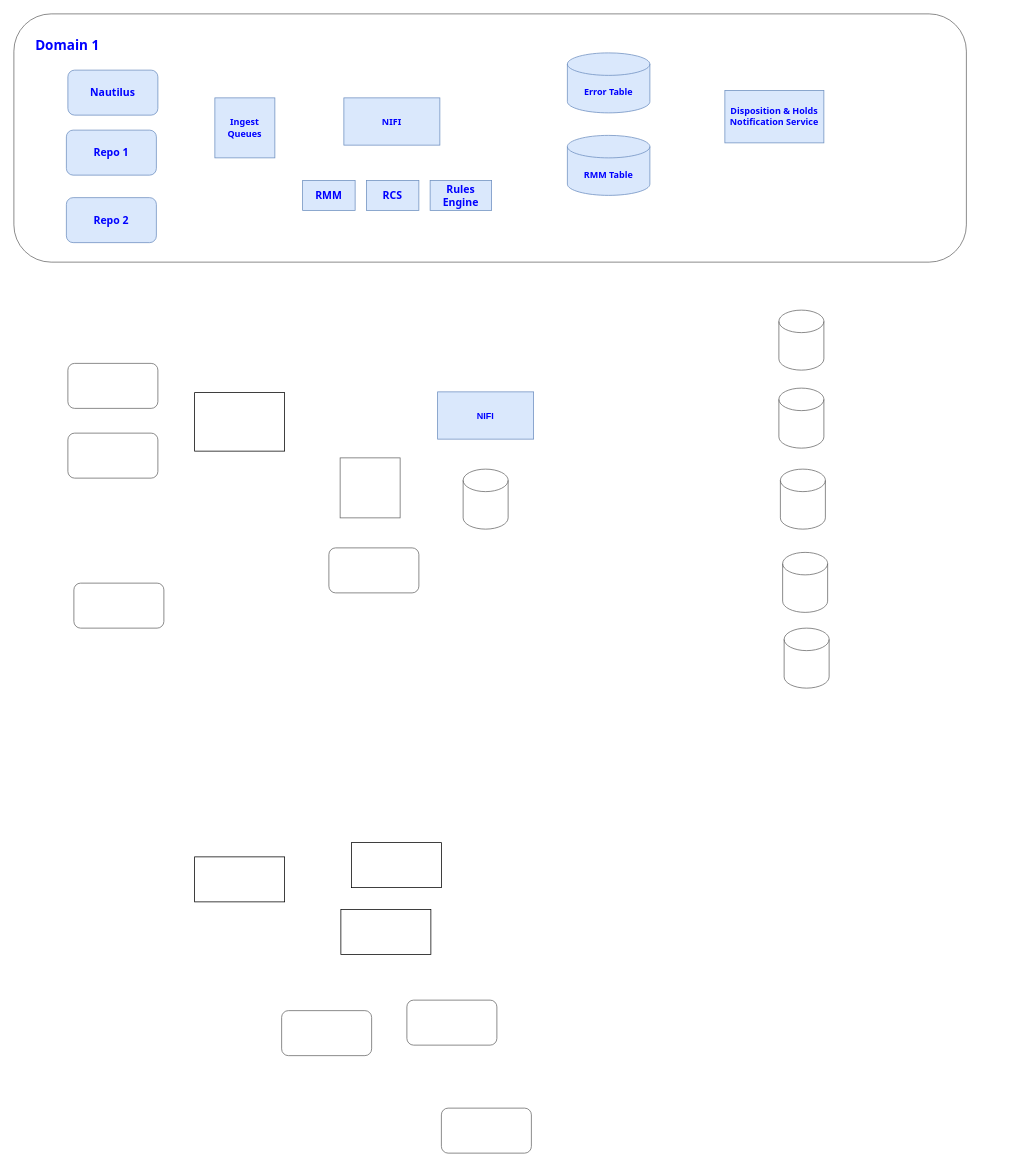
Before: page "Page-2" (2 of 2) of Drawings/Untitled Diagram.drawio in flare891/rmslow, a draw.io diagram. Source tidied: cells renumbered, new cells numbered last; positions are measured from the earlier drawing's top-left corner, leaving out a move shared by most shapes. Both pictures are drawn from the tidied source at 75%, with x=0, y=0 at pixel (14, 14).
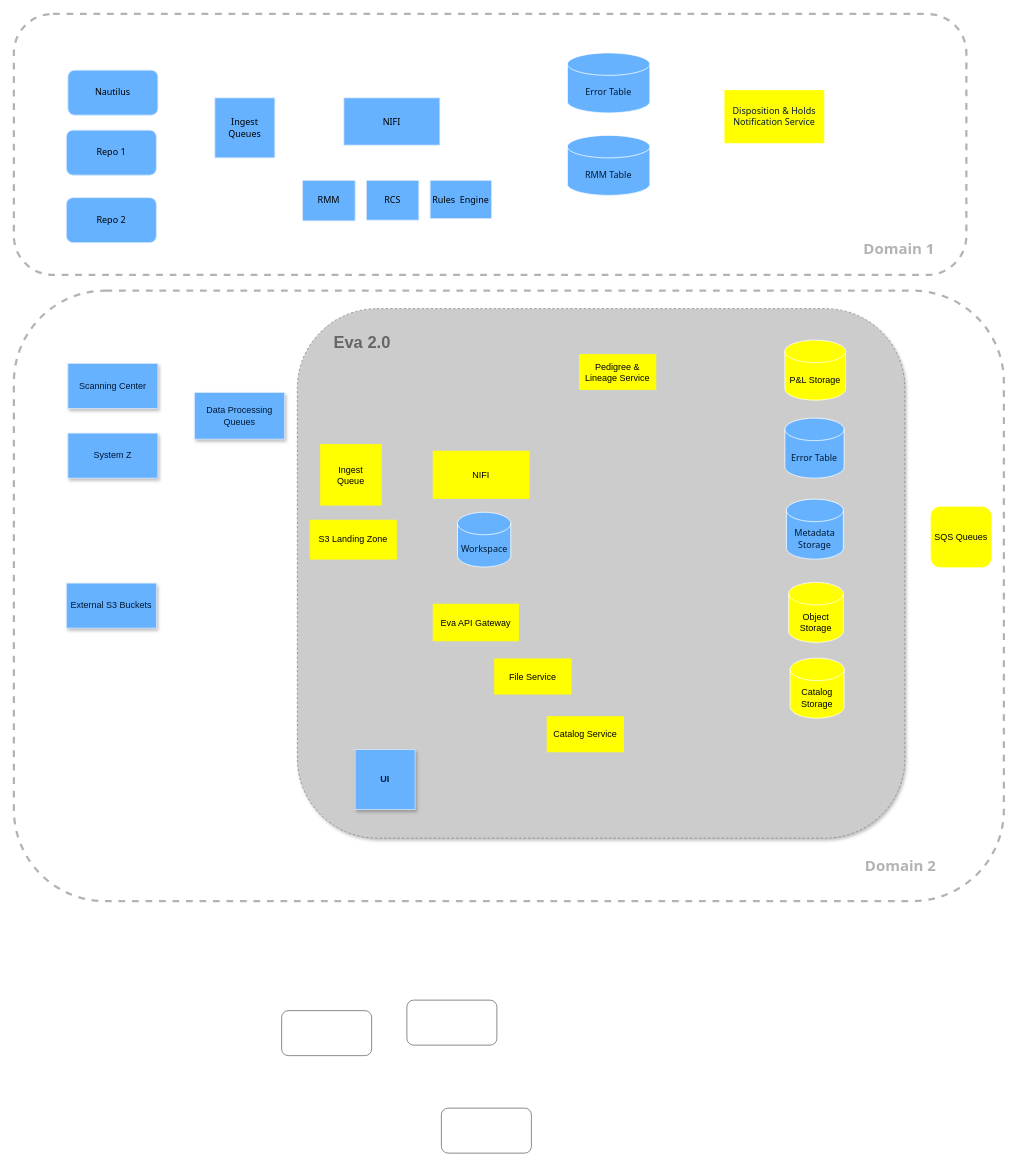
The same page after the edit.

The edit, as a diff of the source:
```diff
@@
+    <mxCell id="34" style="rounded=1;whiteSpace=wrap;html=1;fontFamily=Helvetica;fontSize=12;strokeColor=#B3B3B3;dashed=1;strokeWidth=3;fontColor=#001933;" parent="1" vertex="1">
+      <mxGeometry y="369" width="1320" height="814" as="geometry" />
+    </mxCell>
+    <mxCell id="35" style="rounded=1;whiteSpace=wrap;html=1;shadow=1;fontColor=#0000FF;strokeColor=#808080;fillColor=#CCCCCC;dashed=1;" parent="1" vertex="1">
+      <mxGeometry x="378" y="393" width="810" height="706" as="geometry" />
+    </mxCell>
-    <mxCell id="2" style="rounded=1;whiteSpace=wrap;html=1;strokeColor=#666666;fontFamily=Helvetica;fontSize=12;fontColor=#0000FF;" parent="1" vertex="1">
-      <mxGeometry width="1270" height="331" as="geometry" />
+    <mxCell id="2" style="rounded=1;whiteSpace=wrap;html=1;fontFamily=Helvetica;fontSize=12;fontColor=#0000FF;strokeColor=#B3B3B3;dashed=1;strokeWidth=3;" parent="1" vertex="1">
+      <mxGeometry width="1270" height="348" as="geometry" />
     </mxCell>
-    <mxCell id="3" value="Nautilus" style="rounded=1;whiteSpace=wrap;html=1;fontSize=14;fontStyle=1;fillColor=#dae8fc;strokeColor=#6c8ebf;fontColor=#0000FF;fontFamily=Tahoma;" parent="1" vertex="1">
+    <mxCell id="3" value="Nautilus" style="rounded=1;whiteSpace=wrap;html=1;fontSize=12;fontStyle=0;fontFamily=Tahoma;strokeColor=#DAE8FC;fillColor=#66B2FF;" parent="1" vertex="1">
       <mxGeometry x="72" y="75" width="120" height="60" as="geometry" />
     </mxCell>
-    <mxCell id="4" value="Repo 1" style="rounded=1;whiteSpace=wrap;html=1;fontSize=14;fontStyle=1;fillColor=#dae8fc;strokeColor=#6c8ebf;fontColor=#0000FF;fontFamily=Tahoma;" parent="1" vertex="1">
+    <mxCell id="4" value="Repo 1" style="rounded=1;whiteSpace=wrap;html=1;fontSize=12;fontStyle=0;fontFamily=Tahoma;strokeColor=#DAE8FC;fillColor=#66B2FF;" parent="1" vertex="1">
       <mxGeometry x="70" y="155" width="120" height="60" as="geometry" />
     </mxCell>
-    <mxCell id="5" value="Repo 2" style="rounded=1;whiteSpace=wrap;html=1;fontSize=14;fontStyle=1;fillColor=#dae8fc;strokeColor=#6c8ebf;fontColor=#0000FF;fontFamily=Tahoma;" parent="1" vertex="1">
+    <mxCell id="5" value="Repo 2" style="rounded=1;whiteSpace=wrap;html=1;fontSize=12;fontStyle=0;fontFamily=Tahoma;strokeColor=#DAE8FC;fillColor=#66B2FF;" parent="1" vertex="1">
       <mxGeometry x="70" y="245" width="120" height="60" as="geometry" />
     </mxCell>
-    <mxCell id="6" value="Error Table" style="shape=cylinder3;whiteSpace=wrap;html=1;boundedLbl=1;backgroundOutline=1;size=15;fontStyle=1;fillColor=#dae8fc;strokeColor=#6c8ebf;fontColor=#0000FF;fontFamily=Tahoma;" parent="1" vertex="1">
+    <mxCell id="6" value="Error Table" style="shape=cylinder3;whiteSpace=wrap;html=1;boundedLbl=1;backgroundOutline=1;size=15;fontStyle=0;strokeColor=#FFFFFF;fontColor=#001933;fontFamily=Tahoma;fontSize=12;fillColor=#66B2FF;" parent="1" vertex="1">
       <mxGeometry x="738" y="52" width="110" height="80" as="geometry" />
     </mxCell>
-    <mxCell id="7" value="Ingest&lt;br style=&quot;font-size: 12px;&quot;&gt;Queues" style="whiteSpace=wrap;html=1;fontSize=12;fontStyle=1;fillColor=#dae8fc;strokeColor=#6c8ebf;fontColor=#0000FF;fontFamily=Tahoma;" parent="1" vertex="1">
+    <mxCell id="7" value="&lt;font color=&quot;#000000&quot;&gt;Ingest&lt;br style=&quot;font-size: 12px&quot;&gt;Queues&lt;/font&gt;" style="whiteSpace=wrap;html=1;fontSize=12;fontStyle=0;fontColor=#0000FF;fontFamily=Tahoma;strokeColor=#DAE8FC;fillColor=#66B2FF;" parent="1" vertex="1">
       <mxGeometry x="268" y="112" width="80" height="80" as="geometry" />
     </mxCell>
-    <mxCell id="8" value="NIFI" style="rounded=0;whiteSpace=wrap;html=1;fontStyle=1;fillColor=#dae8fc;strokeColor=#6c8ebf;fontColor=#0000FF;fontFamily=Tahoma;" parent="1" vertex="1">
+    <mxCell id="8" value="NIFI" style="rounded=0;whiteSpace=wrap;html=1;fontStyle=0;fontFamily=Tahoma;strokeColor=#DAE8FC;fontSize=12;fillColor=#66B2FF;" parent="1" vertex="1">
       <mxGeometry x="440" y="112" width="128" height="63" as="geometry" />
     </mxCell>
-    <mxCell id="9" style="rounded=0;whiteSpace=wrap;html=1;" parent="1" vertex="1">
-      <mxGeometry x="241" y="1124" width="120" height="60" as="geometry" />
+    <mxCell id="9" value="File Service" style="rounded=0;whiteSpace=wrap;html=1;strokeColor=#FFFF00;fillColor=#FFFF00;" parent="1" vertex="1">
+      <mxGeometry x="641" y="860" width="102" height="47" as="geometry" />
     </mxCell>
-    <mxCell id="10" style="rounded=0;whiteSpace=wrap;html=1;" parent="1" vertex="1">
-      <mxGeometry x="450" y="1105" width="120" height="60" as="geometry" />
+    <mxCell id="10" value="Eva API Gateway" style="rounded=0;whiteSpace=wrap;html=1;strokeColor=#FFFF00;fillColor=#FFFF00;" parent="1" vertex="1">
+      <mxGeometry x="559" y="787" width="114" height="49" as="geometry" />
     </mxCell>
-    <mxCell id="11" style="rounded=0;whiteSpace=wrap;html=1;" parent="1" vertex="1">
-      <mxGeometry x="436" y="1194" width="120" height="60" as="geometry" />
+    <mxCell id="11" value="Catalog Service" style="rounded=0;whiteSpace=wrap;html=1;strokeColor=#FFFF00;fillColor=#FFFF00;" parent="1" vertex="1">
+      <mxGeometry x="711" y="937" width="102" height="47" as="geometry" />
     </mxCell>
-    <mxCell id="12" value="RMM" style="rounded=0;whiteSpace=wrap;html=1;fontSize=14;fontStyle=1;fillColor=#dae8fc;strokeColor=#6c8ebf;fontColor=#0000FF;fontFamily=Tahoma;" parent="1" vertex="1">
-      <mxGeometry x="385" y="222" width="70" height="40" as="geometry" />
+    <mxCell id="12" value="RMM" style="rounded=0;whiteSpace=wrap;html=1;fontSize=12;fontStyle=0;fontFamily=Tahoma;strokeColor=#DAE8FC;fillColor=#66B2FF;" parent="1" vertex="1">
+      <mxGeometry x="385" y="222" width="70" height="54" as="geometry" />
     </mxCell>
-    <mxCell id="13" value="RCS" style="rounded=0;whiteSpace=wrap;html=1;fontSize=14;fontStyle=1;fillColor=#dae8fc;strokeColor=#6c8ebf;fontColor=#0000FF;fontFamily=Tahoma;" parent="1" vertex="1">
-      <mxGeometry x="470" y="222" width="70" height="40" as="geometry" />
+    <mxCell id="13" value="RCS" style="rounded=0;whiteSpace=wrap;html=1;fontSize=12;fontStyle=0;fontFamily=Tahoma;strokeColor=#DAE8FC;fillColor=#66B2FF;" parent="1" vertex="1">
+      <mxGeometry x="470" y="222" width="70" height="53" as="geometry" />
     </mxCell>
-    <mxCell id="14" value="Rules Engine" style="rounded=0;whiteSpace=wrap;html=1;fontSize=14;fontStyle=1;fillColor=#dae8fc;strokeColor=#6c8ebf;fontColor=#0000FF;fontFamily=Tahoma;" parent="1" vertex="1">
-      <mxGeometry x="555" y="222" width="82" height="40" as="geometry" />
+    <mxCell id="14" value="Rules&amp;nbsp; Engine" style="rounded=0;whiteSpace=wrap;html=1;fontSize=12;fontStyle=0;fontFamily=Tahoma;strokeColor=#DAE8FC;fillColor=#66B2FF;" parent="1" vertex="1">
+      <mxGeometry x="555" y="222" width="82" height="51" as="geometry" />
     </mxCell>
-    <mxCell id="15" value="RMM Table" style="shape=cylinder3;whiteSpace=wrap;html=1;boundedLbl=1;backgroundOutline=1;size=15;fontStyle=1;fillColor=#dae8fc;strokeColor=#6c8ebf;fontColor=#0000FF;fontFamily=Tahoma;" parent="1" vertex="1">
+    <mxCell id="15" value="RMM Table" style="shape=cylinder3;whiteSpace=wrap;html=1;boundedLbl=1;backgroundOutline=1;size=15;fontStyle=0;fontColor=#001933;fontFamily=Tahoma;fontSize=12;strokeColor=#FFFFFF;fillColor=#66B2FF;" parent="1" vertex="1">
       <mxGeometry x="738" y="162" width="110" height="80" as="geometry" />
     </mxCell>
-    <mxCell id="16" value="Disposition &amp;amp; Holds&lt;br&gt;Notification Service" style="rounded=0;whiteSpace=wrap;html=1;fontStyle=1;fillColor=#dae8fc;strokeColor=#6c8ebf;fontColor=#0000FF;fontFamily=Tahoma;" parent="1" vertex="1">
+    <mxCell id="16" value="Disposition &amp;amp; Holds&lt;br&gt;Notification Service" style="rounded=0;whiteSpace=wrap;html=1;fontStyle=0;fontFamily=Tahoma;fillColor=#FFFF00;strokeColor=#FFFF00;fontColor=#001933;" parent="1" vertex="1">
       <mxGeometry x="948" y="102" width="132" height="70" as="geometry" />
     </mxCell>
-    <mxCell id="17" style="rounded=1;whiteSpace=wrap;html=1;strokeColor=#666666;fontFamily=Helvetica;fontSize=12;fontColor=#0000FF;" parent="1" vertex="1">
+    <mxCell id="17" value="Scanning Center" style="rounded=0;whiteSpace=wrap;html=1;fontFamily=Helvetica;fontSize=12;shadow=1;fontStyle=0;strokeColor=#DAE8FC;fontColor=#001933;fillColor=#66B2FF;" parent="1" vertex="1">
       <mxGeometry x="72" y="466" width="120" height="60" as="geometry" />
     </mxCell>
-    <mxCell id="18" value="Domain 1" style="text;html=1;align=center;verticalAlign=middle;fillColor=none;strokeColor=none;rounded=0;fontFamily=Tahoma;fontSize=18;fontColor=#0000FF;fontStyle=1;" parent="1" vertex="1">
-      <mxGeometry x="23" y="29" width="96" height="26" as="geometry" />
+    <mxCell id="18" value="Domain 1" style="text;html=1;align=center;verticalAlign=middle;fillColor=none;strokeColor=none;rounded=0;fontFamily=Tahoma;fontSize=20;fontStyle=1;fontColor=#B3B3B3;" parent="1" vertex="1">
+      <mxGeometry x="1127" y="299" width="106" height="28" as="geometry" />
     </mxCell>
-    <mxCell id="19" style="rounded=1;whiteSpace=wrap;html=1;strokeColor=#666666;fontFamily=Helvetica;fontSize=12;fontColor=#0000FF;" parent="1" vertex="1">
+    <mxCell id="19" value="System Z" style="rounded=0;whiteSpace=wrap;html=1;fontFamily=Helvetica;fontSize=12;shadow=1;fontStyle=0;strokeColor=#DAE8FC;fontColor=#001933;fillColor=#66B2FF;" parent="1" vertex="1">
       <mxGeometry x="72" y="559" width="120" height="60" as="geometry" />
     </mxCell>
-    <mxCell id="20" style="rounded=1;whiteSpace=wrap;html=1;strokeColor=#666666;fontFamily=Helvetica;fontSize=12;fontColor=#0000FF;" parent="1" vertex="1">
-      <mxGeometry x="80" y="759" width="120" height="60" as="geometry" />
+    <mxCell id="20" value="External S3 Buckets" style="rounded=0;whiteSpace=wrap;html=1;fontFamily=Helvetica;fontSize=12;shadow=1;fontStyle=0;strokeColor=#DAE8FC;fontColor=#001933;fillColor=#66B2FF;" parent="1" vertex="1">
+      <mxGeometry x="70" y="759" width="120" height="60" as="geometry" />
     </mxCell>
-    <mxCell id="21" style="rounded=0;whiteSpace=wrap;html=1;" parent="1" vertex="1">
-      <mxGeometry x="241" y="505" width="120" height="78" as="geometry" />
+    <mxCell id="21" value="Data Processing Queues" style="rounded=0;whiteSpace=wrap;html=1;fontStyle=0;strokeColor=#DAE8FC;fontFamily=Helvetica;fontColor=#001933;shadow=1;fillColor=#66B2FF;" parent="1" vertex="1">
+      <mxGeometry x="241" y="505" width="120" height="62" as="geometry" />
     </mxCell>
-    <mxCell id="22" value="NIFI" style="rounded=0;whiteSpace=wrap;html=1;fontStyle=1;fillColor=#dae8fc;strokeColor=#6c8ebf;fontColor=#0000FF;fontFamily=Helvetica;" parent="1" vertex="1">
-      <mxGeometry x="565" y="504" width="128" height="63" as="geometry" />
+    <mxCell id="22" value="NIFI" style="rounded=0;whiteSpace=wrap;html=1;fillColor=#FFFF00;strokeColor=#FFFF00;fontColor=#000000;fontFamily=Helvetica;" parent="1" vertex="1">
+      <mxGeometry x="559" y="583" width="128" height="63" as="geometry" />
     </mxCell>
-    <mxCell id="23" style="rounded=1;whiteSpace=wrap;html=1;strokeColor=#666666;fontFamily=Tahoma;fontSize=18;fontColor=#0000FF;" parent="1" vertex="1">
-      <mxGeometry x="420" y="712" width="120" height="60" as="geometry" />
+    <mxCell id="23" value="S3 Landing Zone" style="rounded=0;whiteSpace=wrap;html=1;strokeColor=#FFFF00;fontFamily=Helvetica;fontSize=12;fontColor=#000000;fillColor=#FFFF00;" parent="1" vertex="1">
+      <mxGeometry x="395" y="675" width="115" height="52" as="geometry" />
     </mxCell>
@@
-    <mxCell id="27" style="whiteSpace=wrap;html=1;strokeColor=#666666;fontFamily=Tahoma;fontSize=18;fontColor=#0000FF;" parent="1" vertex="1">
-      <mxGeometry x="435" y="592" width="80" height="80" as="geometry" />
+    <mxCell id="27" value="Ingest&lt;br style=&quot;font-size: 13px;&quot;&gt;Queue" style="whiteSpace=wrap;html=1;strokeColor=#FFFF00;fontFamily=Helvetica;fontSize=12;fontColor=#000000;rounded=0;fillColor=#FFFF00;" parent="1" vertex="1">
+      <mxGeometry x="409" y="574" width="81" height="81" as="geometry" />
     </mxCell>
-    <mxCell id="28" style="shape=cylinder3;whiteSpace=wrap;html=1;boundedLbl=1;backgroundOutline=1;size=15;strokeColor=#666666;fontFamily=Tahoma;fontSize=18;fontColor=#0000FF;" parent="1" vertex="1">
-      <mxGeometry x="599" y="607" width="60" height="80" as="geometry" />
+    <mxCell id="28" value="&lt;font style=&quot;font-size: 12px&quot;&gt;Workspace&lt;/font&gt;" style="shape=cylinder3;whiteSpace=wrap;html=1;boundedLbl=1;backgroundOutline=1;size=15;fontFamily=Tahoma;fontSize=12;fontColor=#001933;fontStyle=0;strokeColor=#FFFFFF;fillColor=#66B2FF;" parent="1" vertex="1">
+      <mxGeometry x="591.5" y="664.5" width="71" height="73" as="geometry" />
     </mxCell>
-    <mxCell id="29" style="shape=cylinder3;whiteSpace=wrap;html=1;boundedLbl=1;backgroundOutline=1;size=15;strokeColor=#666666;fontFamily=Tahoma;fontSize=18;fontColor=#0000FF;" parent="1" vertex="1">
-      <mxGeometry x="1027" y="819" width="60" height="80" as="geometry" />
+    <mxCell id="29" value="Catalog Storage" style="shape=cylinder3;whiteSpace=wrap;html=1;boundedLbl=1;backgroundOutline=1;size=15;strokeColor=#FFFFFF;fontFamily=Helvetica;fontSize=12;fontColor=#000000;fillColor=#FFFF00;rounded=0;" parent="1" vertex="1">
+      <mxGeometry x="1035" y="859" width="72" height="80" as="geometry" />
     </mxCell>
-    <mxCell id="30" style="shape=cylinder3;whiteSpace=wrap;html=1;boundedLbl=1;backgroundOutline=1;size=15;strokeColor=#666666;fontFamily=Tahoma;fontSize=18;fontColor=#0000FF;" parent="1" vertex="1">
-      <mxGeometry x="1025" y="718" width="60" height="80" as="geometry" />
+    <mxCell id="30" value="Object Storage" style="shape=cylinder3;whiteSpace=wrap;html=1;boundedLbl=1;backgroundOutline=1;size=15;strokeColor=#FFFFFF;fontFamily=Helvetica;fontSize=12;fontColor=#000000;fillColor=#FFFF00;rounded=0;" parent="1" vertex="1">
+      <mxGeometry x="1033" y="758" width="73" height="80" as="geometry" />
     </mxCell>
-    <mxCell id="31" style="shape=cylinder3;whiteSpace=wrap;html=1;boundedLbl=1;backgroundOutline=1;size=15;strokeColor=#666666;fontFamily=Tahoma;fontSize=18;fontColor=#0000FF;" parent="1" vertex="1">
-      <mxGeometry x="1022" y="607" width="60" height="80" as="geometry" />
+    <mxCell id="31" value="Metadata&lt;br style=&quot;font-size: 12px;&quot;&gt;Storage" style="shape=cylinder3;whiteSpace=wrap;html=1;boundedLbl=1;backgroundOutline=1;size=15;fontFamily=Tahoma;fontSize=12;fontColor=#001933;fontStyle=0;strokeColor=#FFFFFF;fillColor=#66B2FF;" parent="1" vertex="1">
+      <mxGeometry x="1030" y="647" width="76" height="80" as="geometry" />
     </mxCell>
-    <mxCell id="32" style="shape=cylinder3;whiteSpace=wrap;html=1;boundedLbl=1;backgroundOutline=1;size=15;strokeColor=#666666;fontFamily=Tahoma;fontSize=18;fontColor=#0000FF;" parent="1" vertex="1">
-      <mxGeometry x="1020" y="499" width="60" height="80" as="geometry" />
+    <mxCell id="32" value="Error Table" style="shape=cylinder3;whiteSpace=wrap;html=1;boundedLbl=1;backgroundOutline=1;size=15;fontFamily=Tahoma;fontSize=12;fontStyle=0;strokeColor=#FFFFFF;fontColor=#001933;fillColor=#66B2FF;" parent="1" vertex="1">
+      <mxGeometry x="1028" y="539" width="79" height="80" as="geometry" />
     </mxCell>
-    <mxCell id="33" style="shape=cylinder3;whiteSpace=wrap;html=1;boundedLbl=1;backgroundOutline=1;size=15;strokeColor=#666666;fontFamily=Tahoma;fontSize=18;fontColor=#0000FF;" parent="1" vertex="1">
-      <mxGeometry x="1020" y="395" width="60" height="80" as="geometry" />
+    <mxCell id="33" value="P&amp;amp;L Storage" style="shape=cylinder3;whiteSpace=wrap;html=1;boundedLbl=1;backgroundOutline=1;size=15;fontFamily=Helvetica;fontSize=12;fontColor=#000000;fillColor=#FFFF00;rounded=0;strokeColor=#FFFFFF;" parent="1" vertex="1">
+      <mxGeometry x="1028" y="435" width="81" height="80" as="geometry" />
     </mxCell>
+    <mxCell id="36" value="Pedigree &amp;amp; Lineage Service" style="rounded=0;whiteSpace=wrap;html=1;fillColor=#FFFF00;strokeColor=#FFFF00;" parent="1" vertex="1">
+      <mxGeometry x="754" y="454" width="102" height="47" as="geometry" />
+    </mxCell>
+    <mxCell id="37" value="SQS Queues" style="whiteSpace=wrap;html=1;strokeColor=#FFFF00;fontFamily=Helvetica;fontSize=12;fontColor=#000000;rounded=1;fillColor=#FFFF00;" parent="1" vertex="1">
+      <mxGeometry x="1223" y="657.5" width="80" height="80" as="geometry" />
+    </mxCell>
+    <mxCell id="38" value="UI" style="whiteSpace=wrap;html=1;shadow=1;fontFamily=Helvetica;fontSize=12;rounded=0;fontStyle=1;strokeColor=#DAE8FC;fontColor=#001933;fillColor=#66B2FF;" parent="1" vertex="1">
+      <mxGeometry x="455" y="981" width="80" height="80" as="geometry" />
+    </mxCell>
+    <mxCell id="39" value="Domain 2" style="text;html=1;align=center;verticalAlign=middle;fillColor=none;strokeColor=none;rounded=0;fontFamily=Tahoma;fontSize=20;fontStyle=1;fontColor=#B3B3B3;" parent="1" vertex="1">
+      <mxGeometry x="1129" y="1121" width="106" height="28" as="geometry" />
+    </mxCell>
+    <mxCell id="40" value="Eva 2.0" style="text;html=1;align=center;verticalAlign=middle;fillColor=none;strokeColor=none;rounded=0;fontFamily=Helvetica;fontSize=22;fontStyle=1;fontColor=#666666;" parent="1" vertex="1">
+      <mxGeometry x="421" y="424" width="86" height="30" as="geometry" />
+    </mxCell>
```
